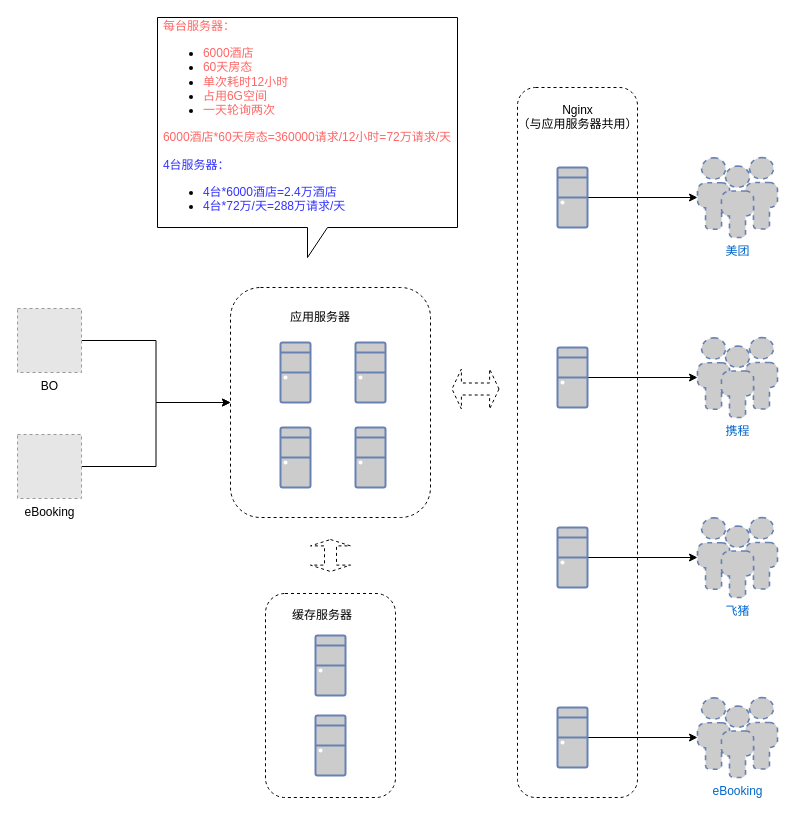
This is page "deploy" (3 of 4) of drawio/酒店-美团.drawio from weiwen111/diagram, a draw.io file, before an edit. Source tidied: cells renumbered, new cells numbered last; positions are measured from the earlier drawing's top-left corner, leaving out a move shared by most shapes. Both pictures are drawn from the tidied source at 100%, with x=0, y=0 at pixel (17, 17). Pictures stored in the file or linked from it are replaced by grey dashed boxes.
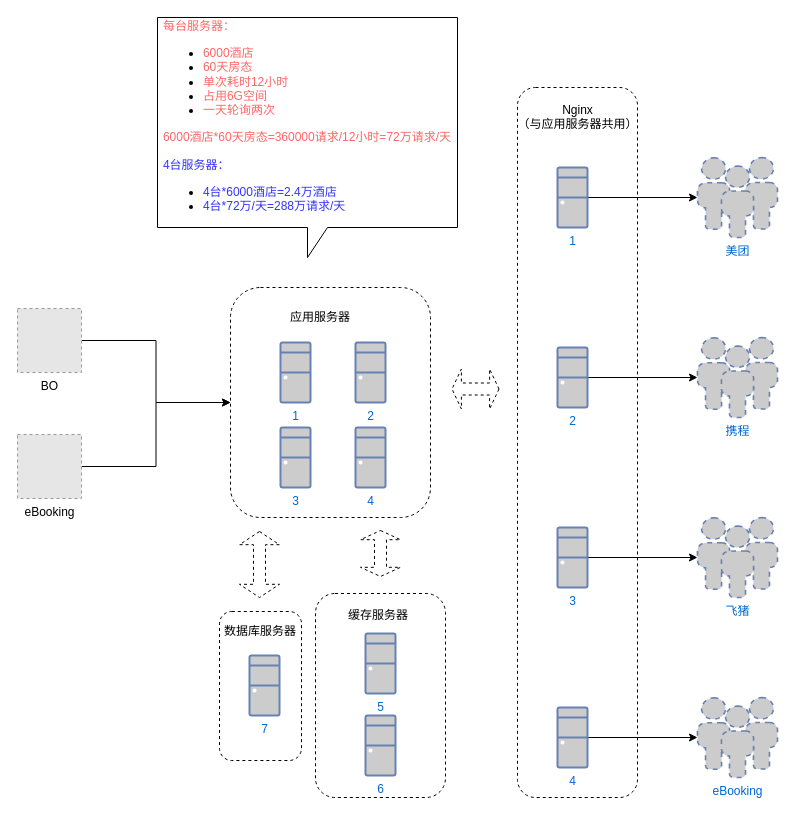
The same diagram, later.

What changed in the source:
```diff
@@
+    <mxCell id="33" style="rounded=1;whiteSpace=wrap;html=1;dashed=1;" parent="1" vertex="1">
+      <mxGeometry x="202" y="594" width="82" height="149" as="geometry" />
+    </mxCell>
@@
     <mxCell id="4" style="rounded=1;whiteSpace=wrap;html=1;dashed=1;" parent="1" vertex="1">
-      <mxGeometry x="248" y="576" width="130" height="204" as="geometry" />
+      <mxGeometry x="298" y="576" width="130" height="204" as="geometry" />
     </mxCell>
-    <mxCell id="5" style="fontColor=#0066CC;verticalAlign=top;verticalLabelPosition=bottom;labelPosition=center;align=center;html=1;fillColor=#CCCCCC;strokeColor=#6881B3;gradientColor=none;gradientDirection=north;strokeWidth=2;shape=mxgraph.networks.desktop_pc;" parent="1" vertex="1">
+    <mxCell id="5" value="1" style="fontColor=#0066CC;verticalAlign=top;verticalLabelPosition=bottom;labelPosition=center;align=center;html=1;fillColor=#CCCCCC;strokeColor=#6881B3;gradientColor=none;gradientDirection=north;strokeWidth=2;shape=mxgraph.networks.desktop_pc;" parent="1" vertex="1">
       <mxGeometry x="263" y="325" width="30" height="60" as="geometry" />
     </mxCell>
-    <mxCell id="6" style="fontColor=#0066CC;verticalAlign=top;verticalLabelPosition=bottom;labelPosition=center;align=center;html=1;fillColor=#CCCCCC;strokeColor=#6881B3;gradientColor=none;gradientDirection=north;strokeWidth=2;shape=mxgraph.networks.desktop_pc;" parent="1" vertex="1">
+    <mxCell id="6" value="2" style="fontColor=#0066CC;verticalAlign=top;verticalLabelPosition=bottom;labelPosition=center;align=center;html=1;fillColor=#CCCCCC;strokeColor=#6881B3;gradientColor=none;gradientDirection=north;strokeWidth=2;shape=mxgraph.networks.desktop_pc;" parent="1" vertex="1">
       <mxGeometry x="338" y="325" width="30" height="60" as="geometry" />
     </mxCell>
-    <mxCell id="7" style="fontColor=#0066CC;verticalAlign=top;verticalLabelPosition=bottom;labelPosition=center;align=center;html=1;fillColor=#CCCCCC;strokeColor=#6881B3;gradientColor=none;gradientDirection=north;strokeWidth=2;shape=mxgraph.networks.desktop_pc;" parent="1" vertex="1">
+    <mxCell id="7" value="4" style="fontColor=#0066CC;verticalAlign=top;verticalLabelPosition=bottom;labelPosition=center;align=center;html=1;fillColor=#CCCCCC;strokeColor=#6881B3;gradientColor=none;gradientDirection=north;strokeWidth=2;shape=mxgraph.networks.desktop_pc;" parent="1" vertex="1">
       <mxGeometry x="338" y="410" width="30" height="60" as="geometry" />
     </mxCell>
-    <mxCell id="8" style="fontColor=#0066CC;verticalAlign=top;verticalLabelPosition=bottom;labelPosition=center;align=center;html=1;fillColor=#CCCCCC;strokeColor=#6881B3;gradientColor=none;gradientDirection=north;strokeWidth=2;shape=mxgraph.networks.desktop_pc;" parent="1" vertex="1">
+    <mxCell id="8" value="3" style="fontColor=#0066CC;verticalAlign=top;verticalLabelPosition=bottom;labelPosition=center;align=center;html=1;fillColor=#CCCCCC;strokeColor=#6881B3;gradientColor=none;gradientDirection=north;strokeWidth=2;shape=mxgraph.networks.desktop_pc;" parent="1" vertex="1">
       <mxGeometry x="263" y="410" width="30" height="60" as="geometry" />
     </mxCell>
-    <mxCell id="9" style="fontColor=#0066CC;verticalAlign=top;verticalLabelPosition=bottom;labelPosition=center;align=center;html=1;fillColor=#CCCCCC;strokeColor=#6881B3;gradientColor=none;gradientDirection=north;strokeWidth=2;shape=mxgraph.networks.desktop_pc;" parent="1" vertex="1">
-      <mxGeometry x="298" y="618" width="30" height="60" as="geometry" />
+    <mxCell id="9" value="5" style="fontColor=#0066CC;verticalAlign=top;verticalLabelPosition=bottom;labelPosition=center;align=center;html=1;fillColor=#CCCCCC;strokeColor=#6881B3;gradientColor=none;gradientDirection=north;strokeWidth=2;shape=mxgraph.networks.desktop_pc;" parent="1" vertex="1">
+      <mxGeometry x="348" y="616" width="30" height="60" as="geometry" />
     </mxCell>
-    <mxCell id="10" style="fontColor=#0066CC;verticalAlign=top;verticalLabelPosition=bottom;labelPosition=center;align=center;html=1;fillColor=#CCCCCC;strokeColor=#6881B3;gradientColor=none;gradientDirection=north;strokeWidth=2;shape=mxgraph.networks.desktop_pc;" parent="1" vertex="1">
-      <mxGeometry x="298" y="698" width="30" height="60" as="geometry" />
+    <mxCell id="10" value="6" style="fontColor=#0066CC;verticalAlign=top;verticalLabelPosition=bottom;labelPosition=center;align=center;html=1;fillColor=#CCCCCC;strokeColor=#6881B3;gradientColor=none;gradientDirection=north;strokeWidth=2;shape=mxgraph.networks.desktop_pc;" parent="1" vertex="1">
+      <mxGeometry x="348" y="698" width="30" height="60" as="geometry" />
     </mxCell>
@@
     <mxCell id="14" value="缓存服务器" style="text;html=1;align=left;verticalAlign=top;spacingTop=-4;" parent="1" vertex="1">
-      <mxGeometry x="273" y="588" width="80" height="20" as="geometry" />
+      <mxGeometry x="329" y="588" width="80" height="20" as="geometry" />
     </mxCell>
@@
     <mxCell id="21" style="shape=doubleArrow;direction=south;whiteSpace=wrap;html=1;dashed=1;" parent="1" vertex="1">
-      <mxGeometry x="293" y="522" width="40" height="32" as="geometry" />
+      <mxGeometry x="343" y="513" width="40" height="46" as="geometry" />
     </mxCell>
@@
-    <mxCell id="23" style="fontColor=#0066CC;verticalAlign=top;verticalLabelPosition=bottom;labelPosition=center;align=center;html=1;outlineConnect=0;fillColor=#CCCCCC;strokeColor=#6881B3;gradientColor=none;gradientDirection=north;strokeWidth=2;shape=mxgraph.networks.desktop_pc;flipV=0;" parent="1" vertex="1">
+    <mxCell id="23" value="1" style="fontColor=#0066CC;verticalAlign=top;verticalLabelPosition=bottom;labelPosition=center;align=center;html=1;outlineConnect=0;fillColor=#CCCCCC;strokeColor=#6881B3;gradientColor=none;gradientDirection=north;strokeWidth=2;shape=mxgraph.networks.desktop_pc;flipV=0;" parent="1" vertex="1">
       <mxGeometry x="540" y="150" width="30" height="60" as="geometry" />
     </mxCell>
@@
-    <mxCell id="25" style="fontColor=#0066CC;verticalAlign=top;verticalLabelPosition=bottom;labelPosition=center;align=center;html=1;outlineConnect=0;fillColor=#CCCCCC;strokeColor=#6881B3;gradientColor=none;gradientDirection=north;strokeWidth=2;shape=mxgraph.networks.desktop_pc;flipV=0;" parent="1" vertex="1">
+    <mxCell id="25" value="2" style="fontColor=#0066CC;verticalAlign=top;verticalLabelPosition=bottom;labelPosition=center;align=center;html=1;outlineConnect=0;fillColor=#CCCCCC;strokeColor=#6881B3;gradientColor=none;gradientDirection=north;strokeWidth=2;shape=mxgraph.networks.desktop_pc;flipV=0;" parent="1" vertex="1">
       <mxGeometry x="540" y="330" width="30" height="60" as="geometry" />
     </mxCell>
@@
-    <mxCell id="27" style="fontColor=#0066CC;verticalAlign=top;verticalLabelPosition=bottom;labelPosition=center;align=center;html=1;outlineConnect=0;fillColor=#CCCCCC;strokeColor=#6881B3;gradientColor=none;gradientDirection=north;strokeWidth=2;shape=mxgraph.networks.desktop_pc;flipV=0;flipH=0;" parent="1" vertex="1">
+    <mxCell id="27" value="3" style="fontColor=#0066CC;verticalAlign=top;verticalLabelPosition=bottom;labelPosition=center;align=center;html=1;outlineConnect=0;fillColor=#CCCCCC;strokeColor=#6881B3;gradientColor=none;gradientDirection=north;strokeWidth=2;shape=mxgraph.networks.desktop_pc;flipV=0;flipH=0;" parent="1" vertex="1">
       <mxGeometry x="540" y="510" width="30" height="60" as="geometry" />
     </mxCell>
@@
-    <mxCell id="29" style="fontColor=#0066CC;verticalAlign=top;verticalLabelPosition=bottom;labelPosition=center;align=center;html=1;outlineConnect=0;fillColor=#CCCCCC;strokeColor=#6881B3;gradientColor=none;gradientDirection=north;strokeWidth=2;shape=mxgraph.networks.desktop_pc;flipV=0;flipH=0;" parent="1" vertex="1">
+    <mxCell id="29" value="4" style="fontColor=#0066CC;verticalAlign=top;verticalLabelPosition=bottom;labelPosition=center;align=center;html=1;outlineConnect=0;fillColor=#CCCCCC;strokeColor=#6881B3;gradientColor=none;gradientDirection=north;strokeWidth=2;shape=mxgraph.networks.desktop_pc;flipV=0;flipH=0;" parent="1" vertex="1">
       <mxGeometry x="540" y="690" width="30" height="60" as="geometry" />
     </mxCell>
@@
+    <mxCell id="34" value="7" style="fontColor=#0066CC;verticalAlign=top;verticalLabelPosition=bottom;labelPosition=center;align=center;html=1;fillColor=#CCCCCC;strokeColor=#6881B3;gradientColor=none;gradientDirection=north;strokeWidth=2;shape=mxgraph.networks.desktop_pc;" parent="1" vertex="1">
+      <mxGeometry x="232" y="638" width="30" height="60" as="geometry" />
+    </mxCell>
+    <mxCell id="35" value="数据库服务器" style="text;html=1;align=left;verticalAlign=top;spacingTop=-4;" parent="1" vertex="1">
+      <mxGeometry x="205" y="604" width="82" height="14" as="geometry" />
+    </mxCell>
+    <mxCell id="36" style="shape=doubleArrow;direction=south;whiteSpace=wrap;html=1;dashed=1;" parent="1" vertex="1">
+      <mxGeometry x="222" y="514" width="40" height="66" as="geometry" />
+    </mxCell>
```
